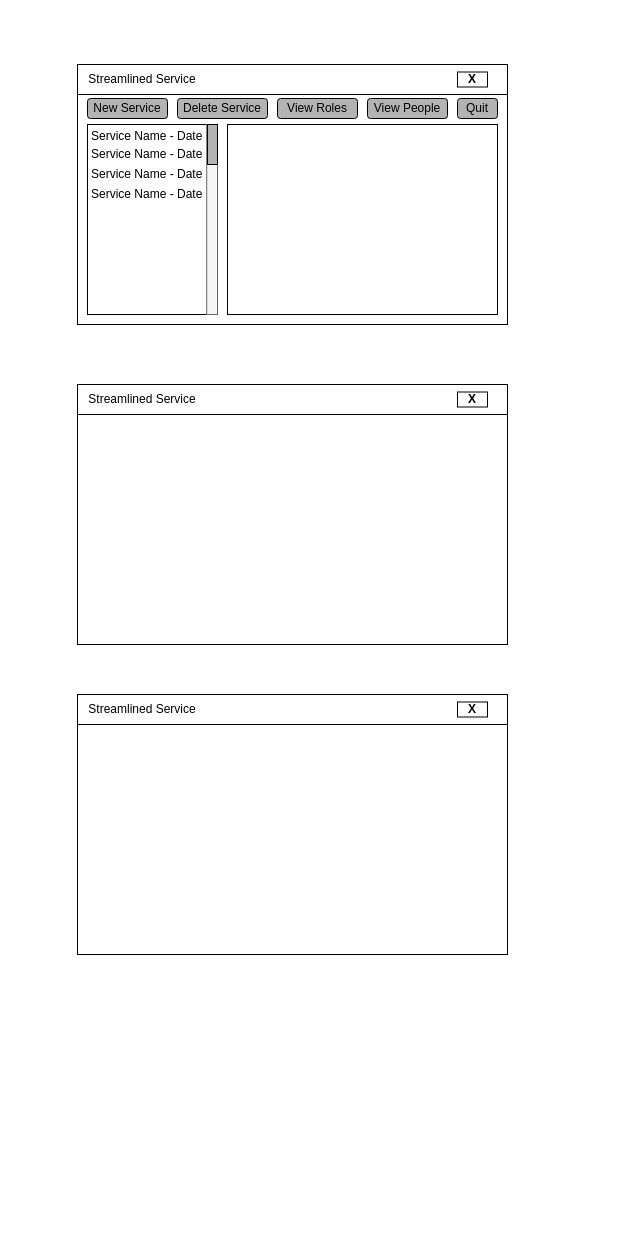
Before: Major Project UI.drawio in AJ-Dwyer-UNWSP/COS2005-Major-Project, a draw.io diagram. Source tidied: cells renumbered, new cells numbered last; positions are measured from the earlier drawing's top-left corner, leaving out a move shared by most shapes. Both pictures are drawn from the tidied source at 100%, with x=0, y=0 at pixel (77, 64).
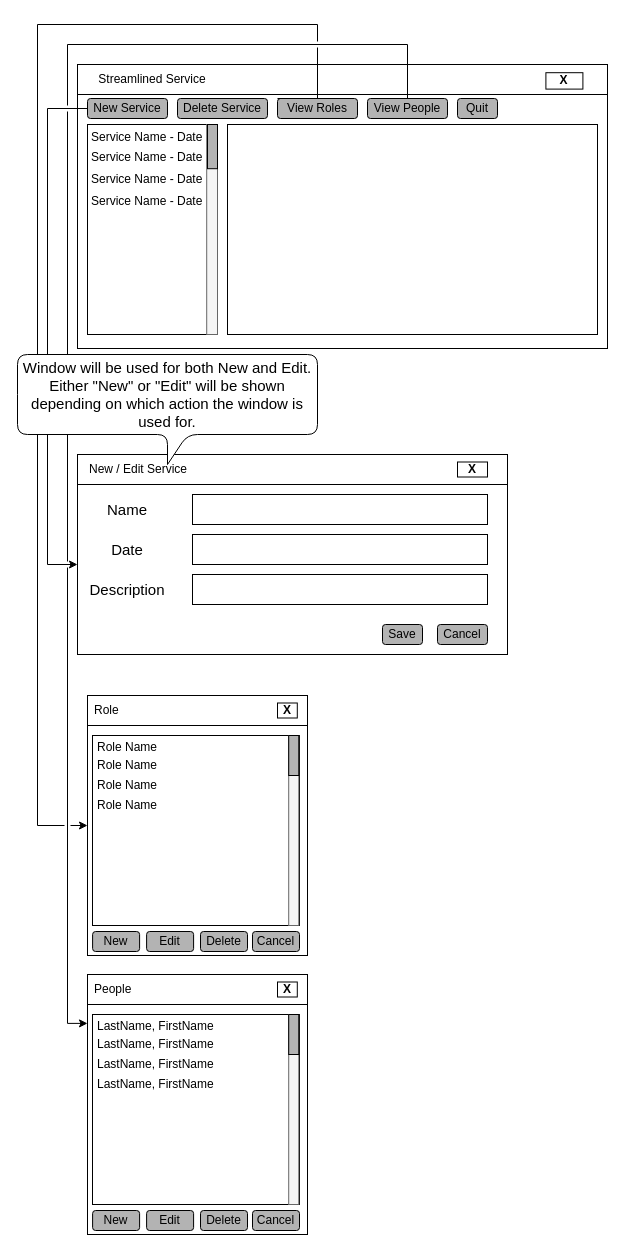
Above is the later version.

The change refers to these unchanged cells:
```xml
<mxCell id="17" value="New Service" style="rounded=1;whiteSpace=wrap;html=1;strokeColor=default;fillColor=#B3B3B3;" parent="1" vertex="1">
  <mxGeometry x="10" y="34" width="80" height="20" as="geometry" />
</mxCell>
<mxCell id="19" value="View Roles" style="rounded=1;whiteSpace=wrap;html=1;strokeColor=default;fillColor=#B3B3B3;" parent="1" vertex="1">
  <mxGeometry x="200" y="34" width="80" height="20" as="geometry" />
</mxCell>
<mxCell id="20" value="View People" style="rounded=1;whiteSpace=wrap;html=1;strokeColor=default;fillColor=#B3B3B3;" parent="1" vertex="1">
  <mxGeometry x="290" y="34" width="80" height="20" as="geometry" />
</mxCell>
```

What changed in the source:
```diff
@@
-    <mxCell id="2" style="group;" parent="1" vertex="1">
-      <mxGeometry width="430" height="260" as="geometry" />
-    </mxCell>
-    <mxCell id="3" style="whiteSpace=wrap;html=1;" parent="2" vertex="1">
-      <mxGeometry width="430" height="260" as="geometry" />
+    <mxCell id="3" style="whiteSpace=wrap;html=1;" parent="1" vertex="1">
+      <mxGeometry width="530" height="284" as="geometry" />
     </mxCell>
-    <mxCell id="4" style="rounded=0;whiteSpace=wrap;html=1;" parent="2" vertex="1">
-      <mxGeometry width="430" height="30" as="geometry" />
+    <mxCell id="4" style="rounded=0;whiteSpace=wrap;html=1;" parent="1" vertex="1">
+      <mxGeometry width="530" height="30" as="geometry" />
     </mxCell>
-    <mxCell id="5" value="&lt;span&gt;Streamlined Service&lt;/span&gt;" style="rounded=0;whiteSpace=wrap;html=1;fillColor=#FFFFFF;strokeColor=none;" parent="2" vertex="1">
-      <mxGeometry x="10" y="5" width="110" height="20" as="geometry" />
+    <mxCell id="5" value="&lt;span&gt;Streamlined Service&lt;/span&gt;" style="rounded=0;whiteSpace=wrap;html=1;fillColor=#FFFFFF;strokeColor=none;" parent="1" vertex="1">
+      <mxGeometry x="7.2" y="4.1" width="135.6" height="21.8" as="geometry" />
     </mxCell>
-    <mxCell id="6" value="&lt;b&gt;X&lt;/b&gt;" style="rounded=0;whiteSpace=wrap;html=1;fillColor=#FFFFFF;" parent="2" vertex="1">
-      <mxGeometry x="380" y="7.5" width="30" height="15" as="geometry" />
+    <mxCell id="6" value="&lt;b&gt;X&lt;/b&gt;" style="rounded=0;whiteSpace=wrap;html=1;fillColor=#FFFFFF;" parent="1" vertex="1">
+      <mxGeometry x="468.4" y="8.2" width="37" height="16.4" as="geometry" />
     </mxCell>
     <mxCell id="7" style="rounded=0;whiteSpace=wrap;html=1;fillColor=#FFFFFF;imageAspect=1;" parent="1" vertex="1">
-      <mxGeometry x="150" y="60" width="270" height="190" as="geometry" />
+      <mxGeometry x="150" y="60" width="370" height="210" as="geometry" />
     </mxCell>
     <mxCell id="8" style="group;strokeColor=none;" parent="1" vertex="1">
-      <mxGeometry x="10" y="60" width="130" height="190" as="geometry" />
+      <mxGeometry x="10" y="60" width="130" height="210" as="geometry" />
     </mxCell>
     <mxCell id="9" style="group;" parent="8" vertex="1">
-      <mxGeometry width="130" height="190" as="geometry" />
+      <mxGeometry width="130" height="210" as="geometry" />
     </mxCell>
     <mxCell id="10" style="whiteSpace=wrap;html=1;fillColor=#FFFFFF;" parent="9" vertex="1">
-      <mxGeometry width="130" height="190" as="geometry" />
+      <mxGeometry width="130" height="210" as="geometry" />
     </mxCell>
     <mxCell id="11" style="rounded=0;whiteSpace=wrap;html=1;fillColor=#f5f5f5;fontColor=#333333;strokeColor=#666666;" parent="9" vertex="1">
-      <mxGeometry x="119.2" width="10.8" height="190" as="geometry" />
+      <mxGeometry x="119.2" width="10.8" height="210" as="geometry" />
     </mxCell>
     <mxCell id="12" value="Service Name - Date" style="rounded=0;whiteSpace=wrap;html=1;align=left;strokeColor=none;" parent="9" vertex="1">
-      <mxGeometry x="2" y="60" width="116" height="20" as="geometry" />
+      <mxGeometry x="2" y="66.3" width="116" height="22.1" as="geometry" />
     </mxCell>
     <mxCell id="13" value="Service Name - Date" style="rounded=0;whiteSpace=wrap;html=1;align=left;strokeColor=none;" parent="9" vertex="1">
-      <mxGeometry x="2" y="40" width="116" height="20" as="geometry" />
+      <mxGeometry x="2" y="44.2" width="116" height="22.1" as="geometry" />
     </mxCell>
     <mxCell id="14" value="Service Name - Date" style="rounded=0;whiteSpace=wrap;html=1;align=left;strokeColor=none;" parent="9" vertex="1">
-      <mxGeometry x="2" y="20" width="116" height="20" as="geometry" />
+      <mxGeometry x="2" y="22.1" width="116" height="22.1" as="geometry" />
     </mxCell>
     <mxCell id="15" style="rounded=0;whiteSpace=wrap;html=1;fillColor=#B3B3B3;" parent="9" vertex="1">
-      <mxGeometry x="120" width="10" height="40" as="geometry" />
+      <mxGeometry x="120" width="10" height="44.2" as="geometry" />
     </mxCell>
     <mxCell id="16" value="Service Name - Date" style="rounded=0;whiteSpace=wrap;html=1;align=left;strokeColor=none;" parent="8" vertex="1">
-      <mxGeometry x="2" y="2" width="116" height="20" as="geometry" />
+      <mxGeometry x="2" y="2.2" width="116" height="22.1" as="geometry" />
     </mxCell>
+    <mxCell id="32" style="edgeStyle=orthogonalEdgeStyle;rounded=0;sketch=0;jumpStyle=gap;jettySize=auto;html=1;shadow=0;fontSize=15;strokeColor=default;" parent="1" edge="1" source="17" target="23">
+      <mxGeometry relative="1" as="geometry">
+        <Array as="points">
+          <mxPoint x="-30" y="44" />
+          <mxPoint x="-30" y="500" />
+        </Array>
+      </mxGeometry>
+    </mxCell>
@@
+    <mxCell id="33" style="edgeStyle=orthogonalEdgeStyle;rounded=0;sketch=0;jumpStyle=gap;jettySize=auto;html=1;entryX=0;entryY=0.188;entryDx=0;entryDy=0;entryPerimeter=0;shadow=0;fontSize=15;strokeColor=default;" parent="1" edge="1" source="20" target="48">
+      <mxGeometry relative="1" as="geometry">
+        <Array as="points">
+          <mxPoint x="330" y="-20" />
+          <mxPoint x="-10" y="-20" />
+          <mxPoint x="-10" y="959" />
+        </Array>
+      </mxGeometry>
+    </mxCell>
@@
-    <mxCell id="22" style="group;" parent="1" vertex="1">
-      <mxGeometry y="320" width="430" height="260" as="geometry" />
-    </mxCell>
-    <mxCell id="23" style="whiteSpace=wrap;html=1;" parent="22" vertex="1">
-      <mxGeometry width="430" height="260" as="geometry" />
-    </mxCell>
-    <mxCell id="24" style="rounded=0;whiteSpace=wrap;html=1;" parent="22" vertex="1">
-      <mxGeometry width="430" height="30" as="geometry" />
-    </mxCell>
-    <mxCell id="25" value="&lt;span&gt;Streamlined Service&lt;/span&gt;" style="rounded=0;whiteSpace=wrap;html=1;fillColor=#FFFFFF;strokeColor=none;" parent="22" vertex="1">
-      <mxGeometry x="10" y="5" width="110" height="20" as="geometry" />
-    </mxCell>
-    <mxCell id="26" value="&lt;b&gt;X&lt;/b&gt;" style="rounded=0;whiteSpace=wrap;html=1;fillColor=#FFFFFF;" parent="22" vertex="1">
-      <mxGeometry x="380" y="7.5" width="30" height="15" as="geometry" />
-    </mxCell>
     <mxCell id="27" style="group;" parent="1" vertex="1">
-      <mxGeometry y="630" width="430" height="260" as="geometry" />
+      <mxGeometry x="10" y="631" width="220" height="260" as="geometry" />
     </mxCell>
     <mxCell id="28" style="whiteSpace=wrap;html=1;" parent="27" vertex="1">
-      <mxGeometry width="430" height="260" as="geometry" />
+      <mxGeometry width="220" height="260" as="geometry" />
     </mxCell>
     <mxCell id="29" style="rounded=0;whiteSpace=wrap;html=1;" parent="27" vertex="1">
-      <mxGeometry width="430" height="30" as="geometry" />
+      <mxGeometry width="220" height="30" as="geometry" />
     </mxCell>
-    <mxCell id="30" value="&lt;span&gt;Streamlined Service&lt;/span&gt;" style="rounded=0;whiteSpace=wrap;html=1;fillColor=#FFFFFF;strokeColor=none;" parent="27" vertex="1">
-      <mxGeometry x="10" y="5" width="110" height="20" as="geometry" />
+    <mxCell id="30" value="&lt;span&gt;Role&lt;/span&gt;" style="rounded=0;whiteSpace=wrap;html=1;fillColor=#FFFFFF;strokeColor=none;align=left;" parent="27" vertex="1">
+      <mxGeometry x="5.1" y="5" width="154.9" height="20" as="geometry" />
     </mxCell>
     <mxCell id="31" value="&lt;b&gt;X&lt;/b&gt;" style="rounded=0;whiteSpace=wrap;html=1;fillColor=#FFFFFF;" parent="27" vertex="1">
-      <mxGeometry x="380" y="7.5" width="30" height="15" as="geometry" />
+      <mxGeometry x="190" y="7.5" width="19.8" height="15" as="geometry" />
     </mxCell>
+    <mxCell id="34" style="group;strokeColor=none;" parent="27" vertex="1">
+      <mxGeometry x="5" y="40" width="207" height="190" as="geometry" />
+    </mxCell>
+    <mxCell id="35" style="group;" parent="34" vertex="1">
+      <mxGeometry width="207" height="190" as="geometry" />
+    </mxCell>
+    <mxCell id="36" style="whiteSpace=wrap;html=1;fillColor=#FFFFFF;" parent="35" vertex="1">
+      <mxGeometry width="207" height="190" as="geometry" />
+    </mxCell>
+    <mxCell id="37" style="rounded=0;whiteSpace=wrap;html=1;fillColor=#f5f5f5;fontColor=#333333;strokeColor=#666666;" parent="35" vertex="1">
+      <mxGeometry x="196.2" width="10.1" height="190" as="geometry" />
+    </mxCell>
+    <mxCell id="38" value="Role Name" style="rounded=0;whiteSpace=wrap;html=1;align=left;strokeColor=none;" parent="35" vertex="1">
+      <mxGeometry x="3.2" y="60" width="184.7" height="20" as="geometry" />
+    </mxCell>
+    <mxCell id="39" value="Role Name" style="rounded=0;whiteSpace=wrap;html=1;align=left;strokeColor=none;" parent="35" vertex="1">
+      <mxGeometry x="3.2" y="40" width="184.7" height="20" as="geometry" />
+    </mxCell>
+    <mxCell id="40" value="Role Name" style="rounded=0;whiteSpace=wrap;html=1;align=left;strokeColor=none;" parent="35" vertex="1">
+      <mxGeometry x="3.2" y="20" width="184.7" height="20" as="geometry" />
+    </mxCell>
+    <mxCell id="41" style="rounded=0;whiteSpace=wrap;html=1;fillColor=#B3B3B3;" parent="35" vertex="1">
+      <mxGeometry x="196.2" width="10.1" height="40" as="geometry" />
+    </mxCell>
+    <mxCell id="42" value="Role Name" style="rounded=0;whiteSpace=wrap;html=1;align=left;strokeColor=none;" parent="34" vertex="1">
+      <mxGeometry x="3.2" y="2" width="184.7" height="20" as="geometry" />
+    </mxCell>
+    <mxCell id="43" value="Cancel" style="rounded=1;whiteSpace=wrap;html=1;strokeColor=default;fillColor=#B3B3B3;flipH=1;" parent="27" vertex="1">
+      <mxGeometry x="165" y="236" width="47" height="20" as="geometry" />
+    </mxCell>
+    <mxCell id="44" value="Delete" style="rounded=1;whiteSpace=wrap;html=1;strokeColor=default;fillColor=#B3B3B3;flipH=1;" parent="27" vertex="1">
+      <mxGeometry x="113" y="236" width="47" height="20" as="geometry" />
+    </mxCell>
+    <mxCell id="45" value="Edit" style="rounded=1;whiteSpace=wrap;html=1;strokeColor=default;fillColor=#B3B3B3;flipH=1;" parent="27" vertex="1">
+      <mxGeometry x="59.1" y="236" width="47" height="20" as="geometry" />
+    </mxCell>
+    <mxCell id="46" value="New" style="rounded=1;whiteSpace=wrap;html=1;strokeColor=default;fillColor=#B3B3B3;flipH=1;" parent="27" vertex="1">
+      <mxGeometry x="5.1" y="236" width="47" height="20" as="geometry" />
+    </mxCell>
+    <mxCell id="47" style="group;" parent="1" vertex="1">
+      <mxGeometry x="10" y="910" width="220" height="260" as="geometry" />
+    </mxCell>
+    <mxCell id="48" style="whiteSpace=wrap;html=1;" parent="47" vertex="1">
+      <mxGeometry width="220" height="260" as="geometry" />
+    </mxCell>
+    <mxCell id="49" style="rounded=0;whiteSpace=wrap;html=1;" parent="47" vertex="1">
+      <mxGeometry width="220" height="30" as="geometry" />
+    </mxCell>
+    <mxCell id="50" value="&lt;span&gt;People&lt;/span&gt;" style="rounded=0;whiteSpace=wrap;html=1;fillColor=#FFFFFF;strokeColor=none;align=left;" parent="47" vertex="1">
+      <mxGeometry x="5.1" y="5" width="154.9" height="20" as="geometry" />
+    </mxCell>
+    <mxCell id="51" value="&lt;b&gt;X&lt;/b&gt;" style="rounded=0;whiteSpace=wrap;html=1;fillColor=#FFFFFF;" parent="47" vertex="1">
+      <mxGeometry x="190" y="7.5" width="19.8" height="15" as="geometry" />
+    </mxCell>
+    <mxCell id="52" style="group;strokeColor=none;" parent="47" vertex="1">
+      <mxGeometry x="5" y="40" width="207" height="190" as="geometry" />
+    </mxCell>
+    <mxCell id="53" style="group;" parent="52" vertex="1">
+      <mxGeometry width="207" height="190" as="geometry" />
+    </mxCell>
+    <mxCell id="54" style="whiteSpace=wrap;html=1;fillColor=#FFFFFF;" parent="53" vertex="1">
+      <mxGeometry width="207" height="190" as="geometry" />
+    </mxCell>
+    <mxCell id="55" style="rounded=0;whiteSpace=wrap;html=1;fillColor=#f5f5f5;fontColor=#333333;strokeColor=#666666;" parent="53" vertex="1">
+      <mxGeometry x="196.2" width="10.1" height="190" as="geometry" />
+    </mxCell>
+    <mxCell id="56" value="LastName, FirstName" style="rounded=0;whiteSpace=wrap;html=1;align=left;strokeColor=none;" parent="53" vertex="1">
+      <mxGeometry x="3.2" y="60" width="184.7" height="20" as="geometry" />
+    </mxCell>
+    <mxCell id="57" value="LastName, FirstName" style="rounded=0;whiteSpace=wrap;html=1;align=left;strokeColor=none;" parent="53" vertex="1">
+      <mxGeometry x="3.2" y="40" width="184.7" height="20" as="geometry" />
+    </mxCell>
+    <mxCell id="58" value="LastName, FirstName" style="rounded=0;whiteSpace=wrap;html=1;align=left;strokeColor=none;" parent="53" vertex="1">
+      <mxGeometry x="3.2" y="20" width="184.7" height="20" as="geometry" />
+    </mxCell>
+    <mxCell id="59" style="rounded=0;whiteSpace=wrap;html=1;fillColor=#B3B3B3;" parent="53" vertex="1">
+      <mxGeometry x="196.2" width="10.1" height="40" as="geometry" />
+    </mxCell>
+    <mxCell id="60" value="LastName, FirstName" style="rounded=0;whiteSpace=wrap;html=1;align=left;strokeColor=none;" parent="52" vertex="1">
+      <mxGeometry x="3.2" y="2" width="184.7" height="20" as="geometry" />
+    </mxCell>
+    <mxCell id="61" value="Cancel" style="rounded=1;whiteSpace=wrap;html=1;strokeColor=default;fillColor=#B3B3B3;flipH=1;" parent="47" vertex="1">
+      <mxGeometry x="165" y="236" width="47" height="20" as="geometry" />
+    </mxCell>
+    <mxCell id="62" value="Delete" style="rounded=1;whiteSpace=wrap;html=1;strokeColor=default;fillColor=#B3B3B3;flipH=1;" parent="47" vertex="1">
+      <mxGeometry x="113" y="236" width="47" height="20" as="geometry" />
+    </mxCell>
+    <mxCell id="63" value="Edit" style="rounded=1;whiteSpace=wrap;html=1;strokeColor=default;fillColor=#B3B3B3;flipH=1;" parent="47" vertex="1">
+      <mxGeometry x="59.1" y="236" width="47" height="20" as="geometry" />
+    </mxCell>
+    <mxCell id="64" value="New" style="rounded=1;whiteSpace=wrap;html=1;strokeColor=default;fillColor=#B3B3B3;flipH=1;" parent="47" vertex="1">
+      <mxGeometry x="5.1" y="236" width="47" height="20" as="geometry" />
+    </mxCell>
+    <mxCell id="65" style="group;" parent="1" vertex="1">
+      <mxGeometry y="390" width="430" height="200" as="geometry" />
+    </mxCell>
+    <mxCell id="23" style="whiteSpace=wrap;html=1;" parent="65" vertex="1">
+      <mxGeometry width="430" height="200" as="geometry" />
+    </mxCell>
+    <mxCell id="24" style="rounded=0;whiteSpace=wrap;html=1;" parent="65" vertex="1">
+      <mxGeometry width="430" height="30" as="geometry" />
+    </mxCell>
+    <mxCell id="25" value="&lt;span&gt;New / Edit Service&lt;br&gt;&lt;/span&gt;" style="rounded=0;whiteSpace=wrap;html=1;fillColor=#FFFFFF;strokeColor=none;align=left;" parent="65" vertex="1">
+      <mxGeometry x="10" y="5" width="330" height="20" as="geometry" />
+    </mxCell>
+    <mxCell id="26" value="&lt;b&gt;X&lt;/b&gt;" style="rounded=0;whiteSpace=wrap;html=1;fillColor=#FFFFFF;" parent="65" vertex="1">
+      <mxGeometry x="380" y="7.5" width="30" height="15" as="geometry" />
+    </mxCell>
+    <mxCell id="66" value="Name" style="text;html=1;strokeColor=none;fillColor=none;align=center;verticalAlign=middle;whiteSpace=wrap;rounded=0;fontSize=15;" parent="65" vertex="1">
+      <mxGeometry x="20" y="40" width="60" height="30" as="geometry" />
+    </mxCell>
+    <mxCell id="67" style="rounded=0;whiteSpace=wrap;html=1;" parent="65" vertex="1">
+      <mxGeometry x="115" y="40" width="295" height="30" as="geometry" />
+    </mxCell>
+    <mxCell id="68" value="Date" style="text;html=1;strokeColor=none;fillColor=none;align=center;verticalAlign=middle;whiteSpace=wrap;rounded=0;fontSize=15;" parent="65" vertex="1">
+      <mxGeometry x="20" y="80" width="60" height="30" as="geometry" />
+    </mxCell>
+    <mxCell id="69" style="rounded=0;whiteSpace=wrap;html=1;" parent="65" vertex="1">
+      <mxGeometry x="115" y="80" width="295" height="30" as="geometry" />
+    </mxCell>
+    <mxCell id="70" value="Description" style="text;html=1;strokeColor=none;fillColor=none;align=center;verticalAlign=middle;whiteSpace=wrap;rounded=0;fontSize=15;" parent="65" vertex="1">
+      <mxGeometry x="20" y="120" width="60" height="30" as="geometry" />
+    </mxCell>
+    <mxCell id="71" style="rounded=0;whiteSpace=wrap;html=1;" parent="65" vertex="1">
+      <mxGeometry x="115" y="120" width="295" height="30" as="geometry" />
+    </mxCell>
+    <mxCell id="72" value="Cancel" style="rounded=1;whiteSpace=wrap;html=1;strokeColor=default;fillColor=#B3B3B3;" parent="65" vertex="1">
+      <mxGeometry x="360" y="170" width="50" height="20" as="geometry" />
+    </mxCell>
+    <mxCell id="73" value="Save" style="rounded=1;whiteSpace=wrap;html=1;strokeColor=default;fillColor=#B3B3B3;" parent="65" vertex="1">
+      <mxGeometry x="305" y="170" width="40" height="20" as="geometry" />
+    </mxCell>
+    <mxCell id="74" style="edgeStyle=orthogonalEdgeStyle;rounded=0;jettySize=auto;html=1;fontSize=15;strokeColor=default;sketch=0;shadow=0;jumpStyle=gap;exitX=0;exitY=0;exitDx=0;exitDy=0;" parent="1" edge="1" source="19" target="28">
+      <mxGeometry relative="1" as="geometry">
+        <Array as="points">
+          <mxPoint x="240" y="34" />
+          <mxPoint x="240" y="-40" />
+          <mxPoint x="-40" y="-40" />
+          <mxPoint x="-40" y="761" />
+        </Array>
+      </mxGeometry>
+    </mxCell>
+    <mxCell id="75" value="Window will be used for both New and Edit. Either &quot;New&quot; or &quot;Edit&quot; will be shown depending on which action the window is used for." style="shape=callout;whiteSpace=wrap;html=1;perimeter=calloutPerimeter;rounded=1;fontSize=15;" parent="1" vertex="1">
+      <mxGeometry x="-60" y="290" width="300" height="110" as="geometry" />
+    </mxCell>
```
